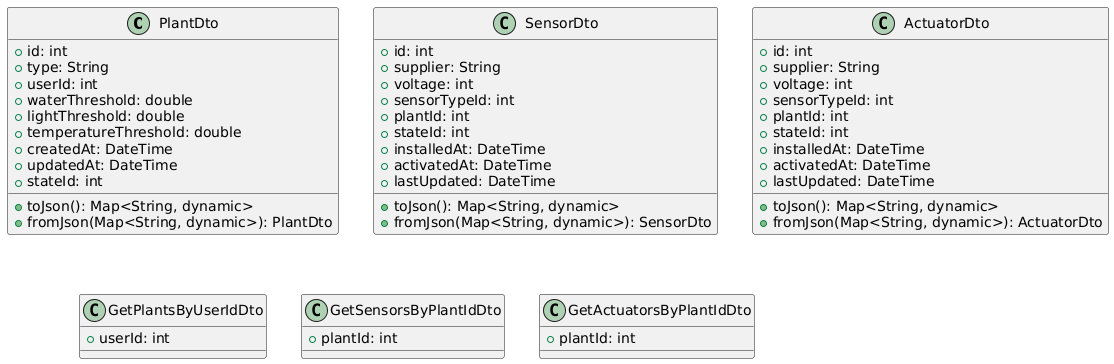
wemade-IoT/Documents_Repository keeps this PlantUML diagram as assets/class-diagrams/managementMobile.png. Above is the earlier version.
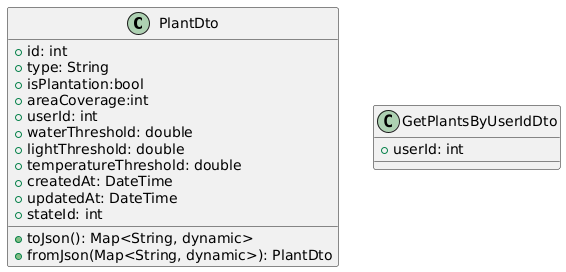
Later version of the same file.

Diff of the diagram source:
```diff
@@ -1,58 +1,21 @@
 @startuml
 class PlantDto {
-  + id: int
-  + type: String
-  + userId: int
-  + waterThreshold: double
-  + lightThreshold: double
-  + temperatureThreshold: double
-  + createdAt: DateTime
-  + updatedAt: DateTime
-  + stateId: int
-
-  + toJson(): Map<String, dynamic>
-  + fromJson(Map<String, dynamic>): PlantDto
-}
-
-class SensorDto {
-  + id: int
-  + supplier: String
-  + voltage: int
-  + sensorTypeId: int
-  + plantId: int
-  + stateId: int
-  + installedAt: DateTime
-  + activatedAt: DateTime
-  + lastUpdated: DateTime
-
-  + toJson(): Map<String, dynamic>
-  + fromJson(Map<String, dynamic>): SensorDto
-}
-
-class ActuatorDto {
-  + id: int
-  + supplier: String
-  + voltage: int
-  + sensorTypeId: int
-  + plantId: int
-  + stateId: int
-  + installedAt: DateTime
-  + activatedAt: DateTime
-  + lastUpdated: DateTime
-
-  + toJson(): Map<String, dynamic>
-  + fromJson(Map<String, dynamic>): ActuatorDto
+    +id: int
+    +type: String
+    +isPlantation:bool
+    +areaCoverage:int
+    +userId: int
+    +waterThreshold: double
+    +lightThreshold: double
+    +temperatureThreshold: double
+    +createdAt: DateTime
+    +updatedAt: DateTime
+    +stateId: int
+    +toJson(): Map<String, dynamic>
+    +fromJson(Map<String, dynamic>): PlantDto
 }
 
 class GetPlantsByUserIdDto {
-  + userId: int
-}
-
-class GetSensorsByPlantIdDto {
-  + plantId: int
-}
-
-class GetActuatorsByPlantIdDto {
-  + plantId: int
+    +userId: int
 }
 @enduml
```
